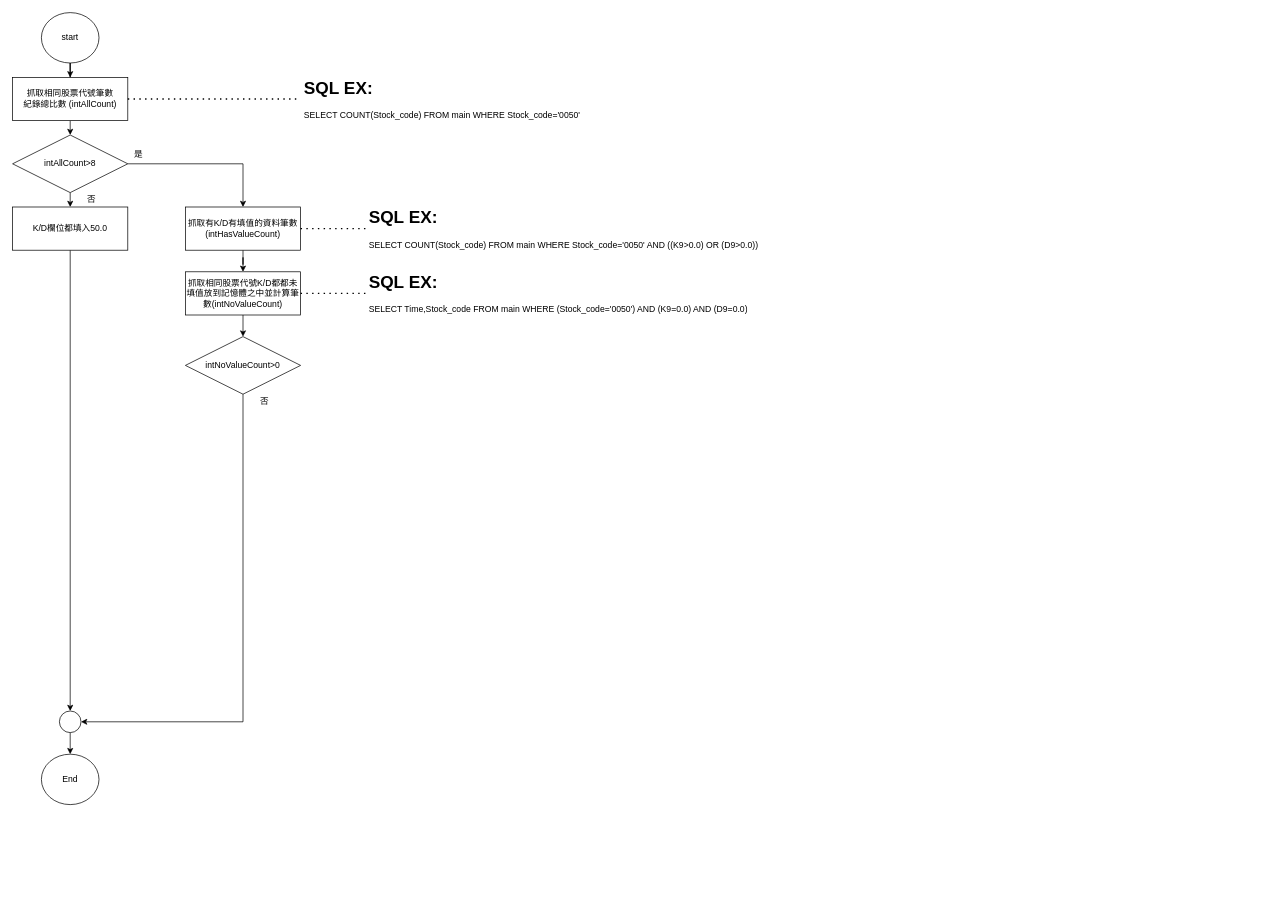
Before: Stock_Message_Bot_Project/股票KD計算流程.drawio in jash-git/Stock-Message-Bot, a draw.io diagram. Source tidied: cells renumbered, new cells numbered last; positions are measured from the earlier drawing's top-left corner, leaving out a move shared by most shapes. Both pictures are drawn from the tidied source at 72%, with x=0, y=0 at pixel (12, 12).
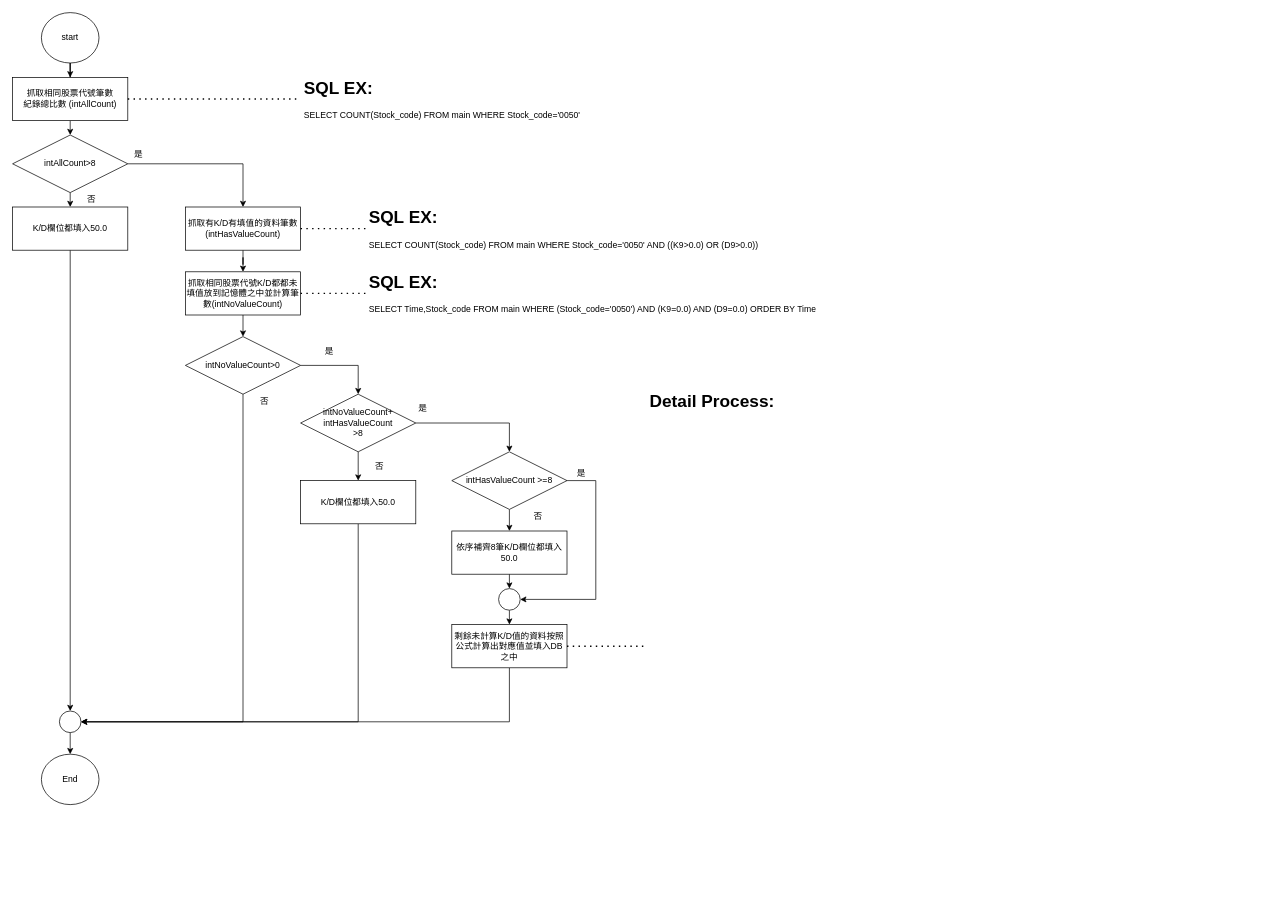
After the change.

Unchanged cells that the change refers to:
```xml
<mxCell id="16" style="ellipse;whiteSpace=wrap;html=1;" parent="1" vertex="1">
  <mxGeometry x="65" y="970" width="30" height="30" as="geometry" />
</mxCell>
<mxCell id="27" value="intNoValueCount&amp;gt;0" style="rhombus;whiteSpace=wrap;html=1;" parent="1" vertex="1">
  <mxGeometry x="240" y="450" width="160" height="80" as="geometry" />
</mxCell>
```

What changed in the source:
```diff
@@
-    <mxCell id="24" value="&lt;h1&gt;SQL EX:&lt;/h1&gt;&lt;p&gt;SELECT Time,Stock_code FROM main WHERE (Stock_code='0050') AND (K9=0.0) AND (D9=0.0)&lt;br&gt;&lt;/p&gt;" style="text;html=1;strokeColor=none;fillColor=none;spacing=5;spacingTop=-20;whiteSpace=wrap;overflow=hidden;rounded=0;" parent="1" vertex="1">
-      <mxGeometry x="490" y="355" width="670" height="70" as="geometry" />
+    <mxCell id="24" value="&lt;h1&gt;SQL EX:&lt;/h1&gt;&lt;p&gt;SELECT Time,Stock_code FROM main WHERE (Stock_code='0050') AND (K9=0.0) AND (D9=0.0) ORDER BY Time&lt;/p&gt;" style="text;html=1;strokeColor=none;fillColor=none;spacing=5;spacingTop=-20;whiteSpace=wrap;overflow=hidden;rounded=0;" parent="1" vertex="1">
+      <mxGeometry x="490" y="355" width="850" height="70" as="geometry" />
     </mxCell>
@@
+    <mxCell id="29" style="edgeStyle=orthogonalEdgeStyle;rounded=0;jettySize=auto;html=1;exitX=1;exitY=0.5;exitDx=0;exitDy=0;entryX=0.5;entryY=0;entryDx=0;entryDy=0;" parent="1" edge="1" source="27" target="32">
+      <mxGeometry relative="1" as="geometry" />
+    </mxCell>
@@
+    <mxCell id="30" style="edgeStyle=orthogonalEdgeStyle;rounded=0;jettySize=auto;html=1;exitX=0.5;exitY=1;exitDx=0;exitDy=0;entryX=0.5;entryY=0;entryDx=0;entryDy=0;" parent="1" edge="1" source="32" target="34">
+      <mxGeometry relative="1" as="geometry" />
+    </mxCell>
+    <mxCell id="31" style="edgeStyle=orthogonalEdgeStyle;rounded=0;jettySize=auto;html=1;exitX=1;exitY=0.5;exitDx=0;exitDy=0;entryX=0.5;entryY=0;entryDx=0;entryDy=0;" parent="1" edge="1" source="32" target="39">
+      <mxGeometry relative="1" as="geometry" />
+    </mxCell>
+    <mxCell id="32" value="intNoValueCount+&lt;br&gt;intHasValueCount&lt;br&gt;&amp;gt;8" style="rhombus;whiteSpace=wrap;html=1;" parent="1" vertex="1">
+      <mxGeometry x="400" y="530" width="160" height="80" as="geometry" />
+    </mxCell>
+    <mxCell id="33" style="edgeStyle=orthogonalEdgeStyle;rounded=0;jettySize=auto;html=1;exitX=0.5;exitY=1;exitDx=0;exitDy=0;entryX=1;entryY=0.5;entryDx=0;entryDy=0;" parent="1" edge="1" source="34" target="16">
+      <mxGeometry relative="1" as="geometry" />
+    </mxCell>
+    <mxCell id="34" value="K/D欄位都填入50.0" style="rounded=0;whiteSpace=wrap;html=1;" parent="1" vertex="1">
+      <mxGeometry x="400" y="650" width="160" height="60" as="geometry" />
+    </mxCell>
+    <mxCell id="35" value="是" style="text;html=1;strokeColor=none;fillColor=none;align=center;verticalAlign=middle;whiteSpace=wrap;rounded=0;" parent="1" vertex="1">
+      <mxGeometry x="420" y="460" width="40" height="20" as="geometry" />
+    </mxCell>
+    <mxCell id="36" value="否" style="text;html=1;strokeColor=none;fillColor=none;align=center;verticalAlign=middle;whiteSpace=wrap;rounded=0;" parent="1" vertex="1">
+      <mxGeometry x="490" y="620" width="40" height="20" as="geometry" />
+    </mxCell>
+    <mxCell id="37" style="edgeStyle=orthogonalEdgeStyle;rounded=0;jettySize=auto;html=1;exitX=0.5;exitY=1;exitDx=0;exitDy=0;entryX=0.5;entryY=0;entryDx=0;entryDy=0;" parent="1" edge="1" source="39" target="42">
+      <mxGeometry relative="1" as="geometry" />
+    </mxCell>
+    <mxCell id="38" style="edgeStyle=orthogonalEdgeStyle;rounded=0;jettySize=auto;html=1;exitX=1;exitY=0.5;exitDx=0;exitDy=0;entryX=1;entryY=0.5;entryDx=0;entryDy=0;" parent="1" edge="1" source="39" target="47">
+      <mxGeometry relative="1" as="geometry">
+        <Array as="points">
+          <mxPoint x="810" y="650" />
+          <mxPoint x="810" y="815" />
+        </Array>
+      </mxGeometry>
+    </mxCell>
+    <mxCell id="39" value="intHasValueCount &amp;gt;=8" style="rhombus;whiteSpace=wrap;html=1;" parent="1" vertex="1">
+      <mxGeometry x="610" y="610" width="160" height="80" as="geometry" />
+    </mxCell>
+    <mxCell id="40" value="是" style="text;html=1;strokeColor=none;fillColor=none;align=center;verticalAlign=middle;whiteSpace=wrap;rounded=0;" parent="1" vertex="1">
+      <mxGeometry x="550" y="540" width="40" height="20" as="geometry" />
+    </mxCell>
+    <mxCell id="41" style="edgeStyle=orthogonalEdgeStyle;rounded=0;jettySize=auto;html=1;exitX=0.5;exitY=1;exitDx=0;exitDy=0;entryX=0.5;entryY=0;entryDx=0;entryDy=0;" parent="1" edge="1" source="42" target="47">
+      <mxGeometry relative="1" as="geometry" />
+    </mxCell>
+    <mxCell id="42" value="依序補齊8筆K/D欄位都填入50.0" style="rounded=0;whiteSpace=wrap;html=1;" parent="1" vertex="1">
+      <mxGeometry x="610" y="720" width="160" height="60" as="geometry" />
+    </mxCell>
+    <mxCell id="43" value="否" style="text;html=1;strokeColor=none;fillColor=none;align=center;verticalAlign=middle;whiteSpace=wrap;rounded=0;" parent="1" vertex="1">
+      <mxGeometry x="710" y="690" width="40" height="20" as="geometry" />
+    </mxCell>
+    <mxCell id="44" style="edgeStyle=orthogonalEdgeStyle;rounded=0;jettySize=auto;html=1;exitX=0.5;exitY=1;exitDx=0;exitDy=0;entryX=1;entryY=0.5;entryDx=0;entryDy=0;" parent="1" edge="1" source="45" target="16">
+      <mxGeometry relative="1" as="geometry" />
+    </mxCell>
+    <mxCell id="45" value="剩餘未計算K/D值的資料按照公式計算出對應值並填入DB之中" style="rounded=0;whiteSpace=wrap;html=1;" parent="1" vertex="1">
+      <mxGeometry x="610" y="850" width="160" height="60" as="geometry" />
+    </mxCell>
+    <mxCell id="46" style="edgeStyle=orthogonalEdgeStyle;rounded=0;jettySize=auto;html=1;exitX=0.5;exitY=1;exitDx=0;exitDy=0;entryX=0.5;entryY=0;entryDx=0;entryDy=0;" parent="1" edge="1" source="47" target="45">
+      <mxGeometry relative="1" as="geometry" />
+    </mxCell>
+    <mxCell id="47" style="ellipse;whiteSpace=wrap;html=1;" parent="1" vertex="1">
+      <mxGeometry x="675" y="800" width="30" height="30" as="geometry" />
+    </mxCell>
+    <mxCell id="48" value="是" style="text;html=1;strokeColor=none;fillColor=none;align=center;verticalAlign=middle;whiteSpace=wrap;rounded=0;" parent="1" vertex="1">
+      <mxGeometry x="770" y="630" width="40" height="20" as="geometry" />
+    </mxCell>
+    <mxCell id="49" value="&lt;h1&gt;Detail Process:&lt;/h1&gt;&lt;p&gt;&lt;br&gt;&lt;/p&gt;" style="text;html=1;strokeColor=none;fillColor=none;spacing=5;spacingTop=-20;whiteSpace=wrap;overflow=hidden;rounded=0;" parent="1" vertex="1">
+      <mxGeometry x="880" y="520" width="850" height="720" as="geometry" />
+    </mxCell>
+    <mxCell id="50" style="endArrow=none;dashed=1;html=1;dashPattern=1 3;strokeWidth=2;exitX=1;exitY=0.5;exitDx=0;exitDy=0;" parent="1" edge="1" source="45" target="49">
+      <mxGeometry relative="1" as="geometry" />
+    </mxCell>
```
